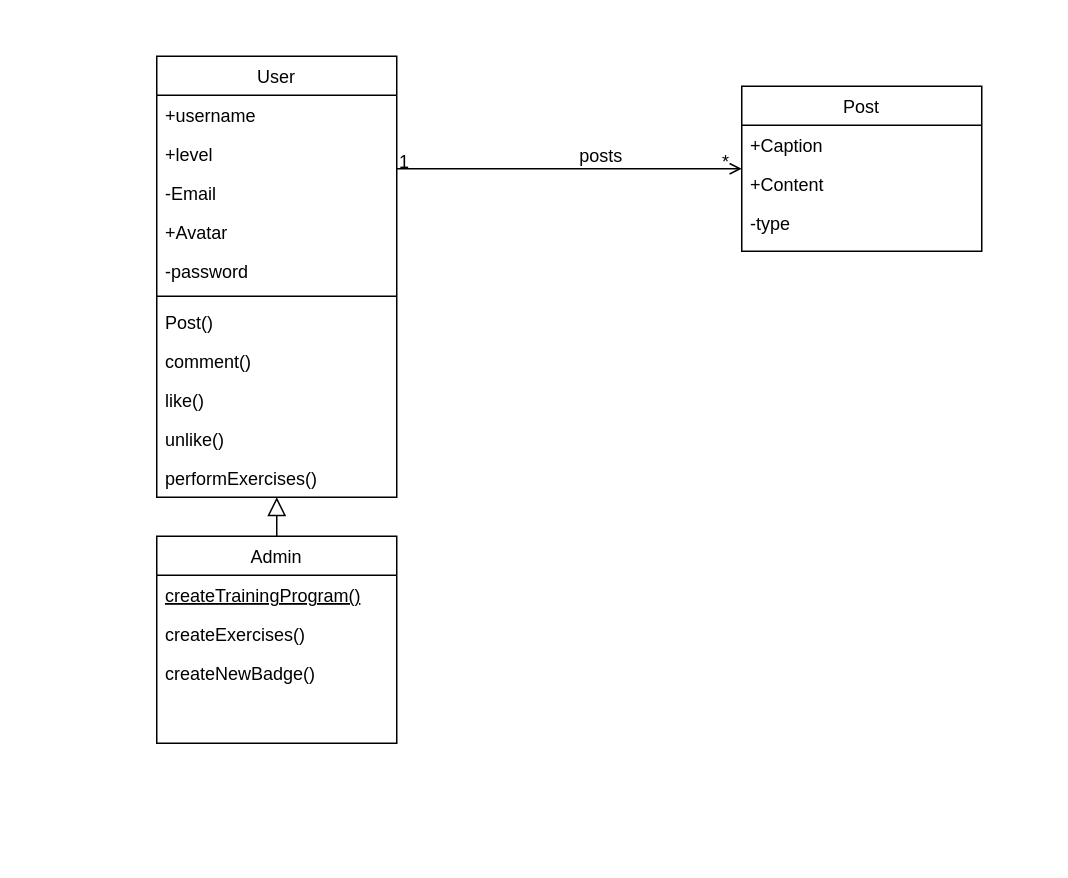
Above: Untitled Diagram.drawio in MohammadEssam0/database-related-things (draw.io), before the change. Source tidied: cells renumbered, new cells numbered last; positions are measured from the earlier drawing's top-left corner, leaving out a move shared by most shapes. Both pictures are drawn from the tidied source at 150%, with x=0, y=0 at pixel (156, 56).
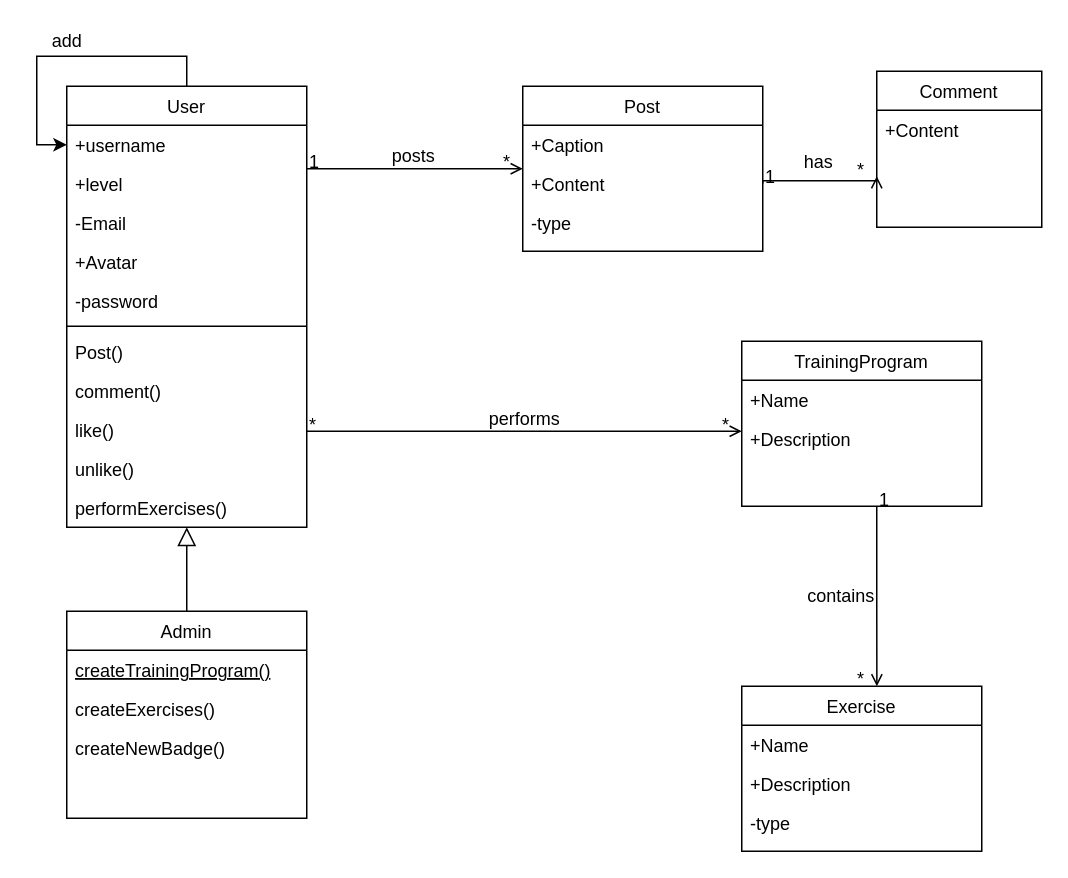
After the change.

The change refers to these unchanged cells:
```xml
<mxCell id="3" value="+username" style="text;align=left;verticalAlign=top;spacingLeft=4;spacingRight=4;overflow=hidden;points=[[0,0.5],[1,0.5]];portConstraint=eastwest;" parent="2" vertex="1">
  <mxGeometry y="26" width="160" height="26" as="geometry" />
</mxCell>
<mxCell id="21" value="+Content" style="text;align=left;verticalAlign=top;spacingLeft=4;spacingRight=4;overflow=hidden;points=[[0,0.5],[1,0.5]];portConstraint=eastwest;rounded=0;shadow=0;html=0;" parent="19" vertex="1">
  <mxGeometry y="52" width="160" height="26" as="geometry" />
</mxCell>
```

Change to the diagram source:
```diff
@@
     <mxCell id="2" value="User" style="swimlane;fontStyle=0;align=center;verticalAlign=top;horizontal=1;startSize=26;rounded=0;shadow=0;strokeWidth=1;" parent="1" vertex="1">
-      <mxGeometry width="160" height="294" as="geometry" />
+      <mxGeometry x="-60" y="20" width="160" height="294" as="geometry" />
     </mxCell>
@@
+    <mxCell id="27" style="edgeStyle=orthogonalEdgeStyle;rounded=0;jettySize=auto;html=1;" parent="2" edge="1" source="2" target="3">
+      <mxGeometry relative="1" as="geometry" />
+    </mxCell>
     <mxCell id="14" value="Admin" style="swimlane;fontStyle=0;align=center;verticalAlign=top;horizontal=1;startSize=26;rounded=0;shadow=0;strokeWidth=1;" parent="1" vertex="1">
-      <mxGeometry y="320" width="160" height="138" as="geometry" />
+      <mxGeometry x="-60" y="370" width="160" height="138" as="geometry" />
     </mxCell>
@@
     <mxCell id="19" value="Post" style="swimlane;fontStyle=0;align=center;verticalAlign=top;horizontal=1;startSize=26;rounded=0;shadow=0;strokeWidth=1;" parent="1" vertex="1">
-      <mxGeometry x="390" y="20" width="160" height="110" as="geometry" />
+      <mxGeometry x="244" y="20" width="160" height="110" as="geometry" />
     </mxCell>
@@
+    <mxCell id="28" value="Exercise" style="swimlane;fontStyle=0;align=center;verticalAlign=top;horizontal=1;startSize=26;rounded=0;shadow=0;strokeWidth=1;" parent="1" vertex="1">
+      <mxGeometry x="390" y="420" width="160" height="110" as="geometry" />
+    </mxCell>
+    <mxCell id="29" value="+Name" style="text;align=left;verticalAlign=top;spacingLeft=4;spacingRight=4;overflow=hidden;rounded=0;shadow=0;html=0;" parent="28" vertex="1">
+      <mxGeometry y="26" width="160" height="26" as="geometry" />
+    </mxCell>
+    <mxCell id="30" value="+Description" style="text;align=left;verticalAlign=top;spacingLeft=4;spacingRight=4;overflow=hidden;rounded=0;shadow=0;html=0;" parent="28" vertex="1">
+      <mxGeometry y="52" width="160" height="26" as="geometry" />
+    </mxCell>
+    <mxCell id="31" value="-type" style="text;align=left;verticalAlign=top;spacingLeft=4;spacingRight=4;overflow=hidden;rounded=0;shadow=0;html=0;" parent="28" vertex="1">
+      <mxGeometry y="78" width="160" height="26" as="geometry" />
+    </mxCell>
+    <mxCell id="32" style="endArrow=open;shadow=0;strokeWidth=1;rounded=0;endFill=1;edgeStyle=elbowEdgeStyle;elbow=vertical;" parent="1" edge="1">
+      <mxGeometry x="0.5" y="41" relative="1" as="geometry">
+        <mxPoint x="100" y="250" as="sourcePoint" />
+        <mxPoint x="390" y="250" as="targetPoint" />
+        <mxPoint x="-40" y="32" as="offset" />
+      </mxGeometry>
+    </mxCell>
+    <mxCell id="33" value="*" style="align=left;verticalAlign=bottom;labelBackgroundColor=none;fontSize=12;" parent="32" vertex="1">
+      <mxGeometry x="-1" relative="1" as="geometry">
+        <mxPoint y="4" as="offset" />
+      </mxGeometry>
+    </mxCell>
+    <mxCell id="34" value="*" style="align=right;verticalAlign=bottom;labelBackgroundColor=none;fontSize=12;" parent="32" vertex="1">
+      <mxGeometry x="1" relative="1" as="geometry">
+        <mxPoint x="-7" y="4" as="offset" />
+      </mxGeometry>
+    </mxCell>
+    <mxCell id="35" value="performs" style="text;html=1;align=center;verticalAlign=middle;labelBackgroundColor=none;rounded=0;shadow=0;strokeWidth=1;fontSize=12;" parent="32" vertex="1">
+      <mxGeometry x="0.5" y="49" relative="1" as="geometry">
+        <mxPoint x="-74" y="40" as="offset" />
+      </mxGeometry>
+    </mxCell>
+    <mxCell id="36" value="TrainingProgram" style="swimlane;fontStyle=0;align=center;verticalAlign=top;horizontal=1;startSize=26;rounded=0;shadow=0;strokeWidth=1;" parent="1" vertex="1">
+      <mxGeometry x="390" y="190" width="160" height="110" as="geometry" />
+    </mxCell>
+    <mxCell id="37" value="+Name" style="text;align=left;verticalAlign=top;spacingLeft=4;spacingRight=4;overflow=hidden;rounded=0;shadow=0;html=0;" parent="36" vertex="1">
+      <mxGeometry y="26" width="160" height="26" as="geometry" />
+    </mxCell>
+    <mxCell id="38" value="+Description" style="text;align=left;verticalAlign=top;spacingLeft=4;spacingRight=4;overflow=hidden;rounded=0;shadow=0;html=0;" parent="36" vertex="1">
+      <mxGeometry y="52" width="160" height="26" as="geometry" />
+    </mxCell>
+    <mxCell id="39" style="endArrow=open;shadow=0;strokeWidth=1;rounded=0;endFill=1;edgeStyle=elbowEdgeStyle;elbow=vertical;entryX=0.563;entryY=0;entryDx=0;entryDy=0;entryPerimeter=0;" parent="1" edge="1" target="28">
+      <mxGeometry x="0.5" y="41" relative="1" as="geometry">
+        <mxPoint x="480" y="300" as="sourcePoint" />
+        <mxPoint x="-40" y="32" as="offset" />
+      </mxGeometry>
+    </mxCell>
+    <mxCell id="40" value="1" style="align=left;verticalAlign=bottom;labelBackgroundColor=none;fontSize=12;" parent="39" vertex="1">
+      <mxGeometry x="-1" relative="1" as="geometry">
+        <mxPoint y="4" as="offset" />
+      </mxGeometry>
+    </mxCell>
+    <mxCell id="41" value="*" style="align=right;verticalAlign=bottom;labelBackgroundColor=none;fontSize=12;" parent="39" vertex="1">
+      <mxGeometry x="1" relative="1" as="geometry">
+        <mxPoint x="-7" y="4" as="offset" />
+      </mxGeometry>
+    </mxCell>
+    <mxCell id="42" value="contains" style="text;html=1;align=center;verticalAlign=middle;labelBackgroundColor=none;rounded=0;shadow=0;strokeWidth=1;fontSize=12;" parent="39" vertex="1">
+      <mxGeometry x="0.5" y="49" relative="1" as="geometry">
+        <mxPoint x="-74" y="-30" as="offset" />
+      </mxGeometry>
+    </mxCell>
+    <mxCell id="43" value="add" style="text;html=1;align=center;verticalAlign=middle;strokeColor=none;fillColor=none;" parent="1" vertex="1">
+      <mxGeometry x="-80" y="-20" width="40" height="20" as="geometry" />
+    </mxCell>
+    <mxCell id="44" value="Comment" style="swimlane;fontStyle=0;align=center;verticalAlign=top;horizontal=1;startSize=26;rounded=0;shadow=0;strokeWidth=1;" parent="1" vertex="1">
+      <mxGeometry x="480" y="10" width="110" height="104" as="geometry" />
+    </mxCell>
+    <mxCell id="45" value="+Content" style="text;align=left;verticalAlign=top;spacingLeft=4;spacingRight=4;overflow=hidden;rounded=0;shadow=0;html=0;" parent="44" vertex="1">
+      <mxGeometry y="26" width="110" height="26" as="geometry" />
+    </mxCell>
+    <mxCell id="46" style="endArrow=open;shadow=0;strokeWidth=1;rounded=0;endFill=1;edgeStyle=elbowEdgeStyle;elbow=vertical;exitX=1;exitY=0.5;exitDx=0;exitDy=0;" parent="1" edge="1" source="21">
+      <mxGeometry x="0.5" y="41" relative="1" as="geometry">
+        <mxPoint x="480" y="80" as="targetPoint" />
+        <mxPoint x="-40" y="32" as="offset" />
+      </mxGeometry>
+    </mxCell>
+    <mxCell id="47" value="1" style="align=left;verticalAlign=bottom;labelBackgroundColor=none;fontSize=12;" parent="46" vertex="1">
+      <mxGeometry x="-1" relative="1" as="geometry">
+        <mxPoint y="4" as="offset" />
+      </mxGeometry>
+    </mxCell>
+    <mxCell id="48" value="*" style="align=right;verticalAlign=bottom;labelBackgroundColor=none;fontSize=12;" parent="46" vertex="1">
+      <mxGeometry x="1" relative="1" as="geometry">
+        <mxPoint x="-7" y="4" as="offset" />
+      </mxGeometry>
+    </mxCell>
+    <mxCell id="49" value="has" style="text;html=1;align=center;verticalAlign=middle;labelBackgroundColor=none;rounded=0;shadow=0;strokeWidth=1;fontSize=12;" parent="46" vertex="1">
+      <mxGeometry x="0.5" y="49" relative="1" as="geometry">
+        <mxPoint x="-23" y="36" as="offset" />
+      </mxGeometry>
+    </mxCell>
```
